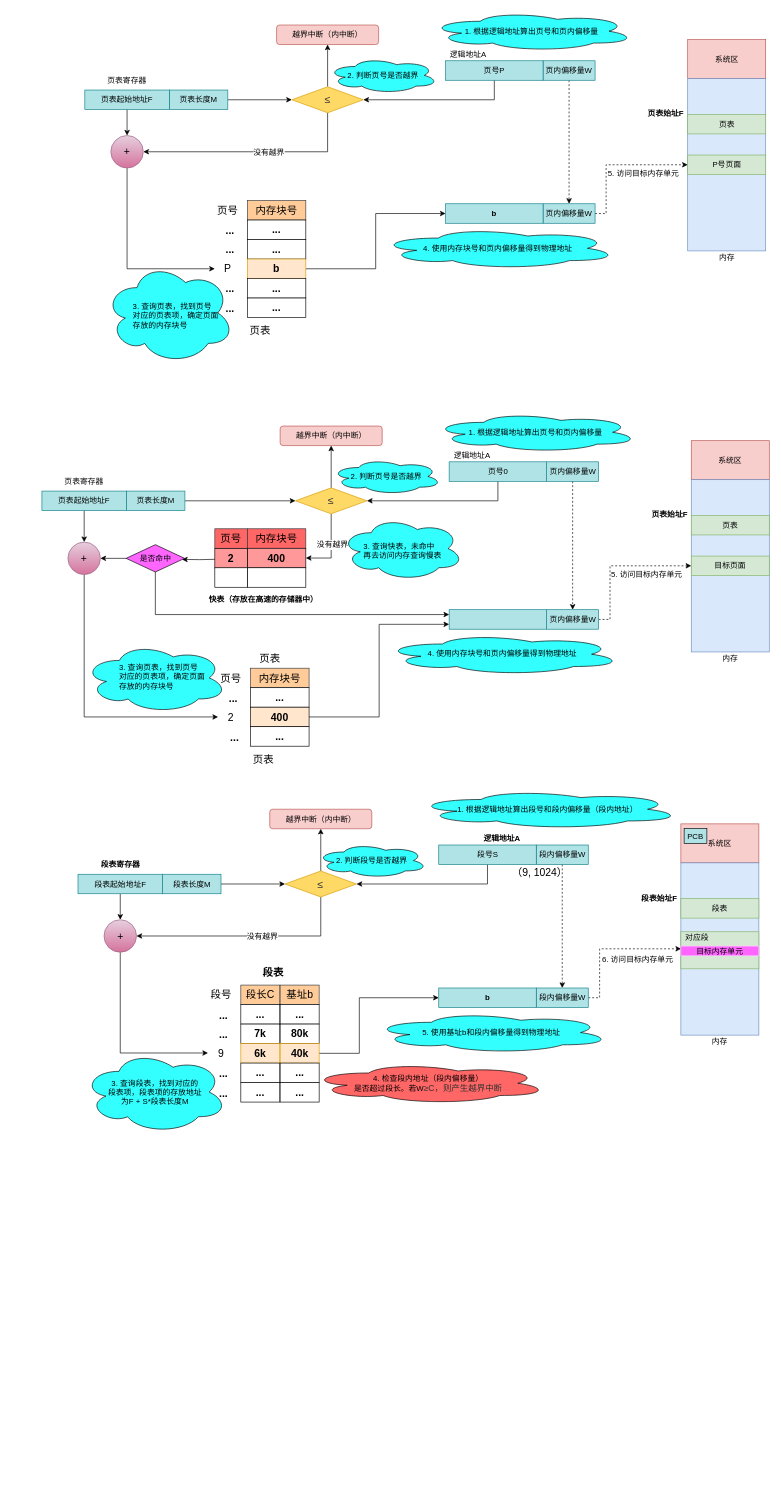
yankooo/draw.io keeps this draw.io diagram as 分页存储管理方式.drawio. Above is the earlier version. Source tidied: cells renumbered, new cells numbered last; positions are measured from the earlier drawing's top-left corner, leaving out a move shared by most shapes. Both pictures are drawn from the tidied source at 65%, with x=0, y=0 at pixel (42, 11).
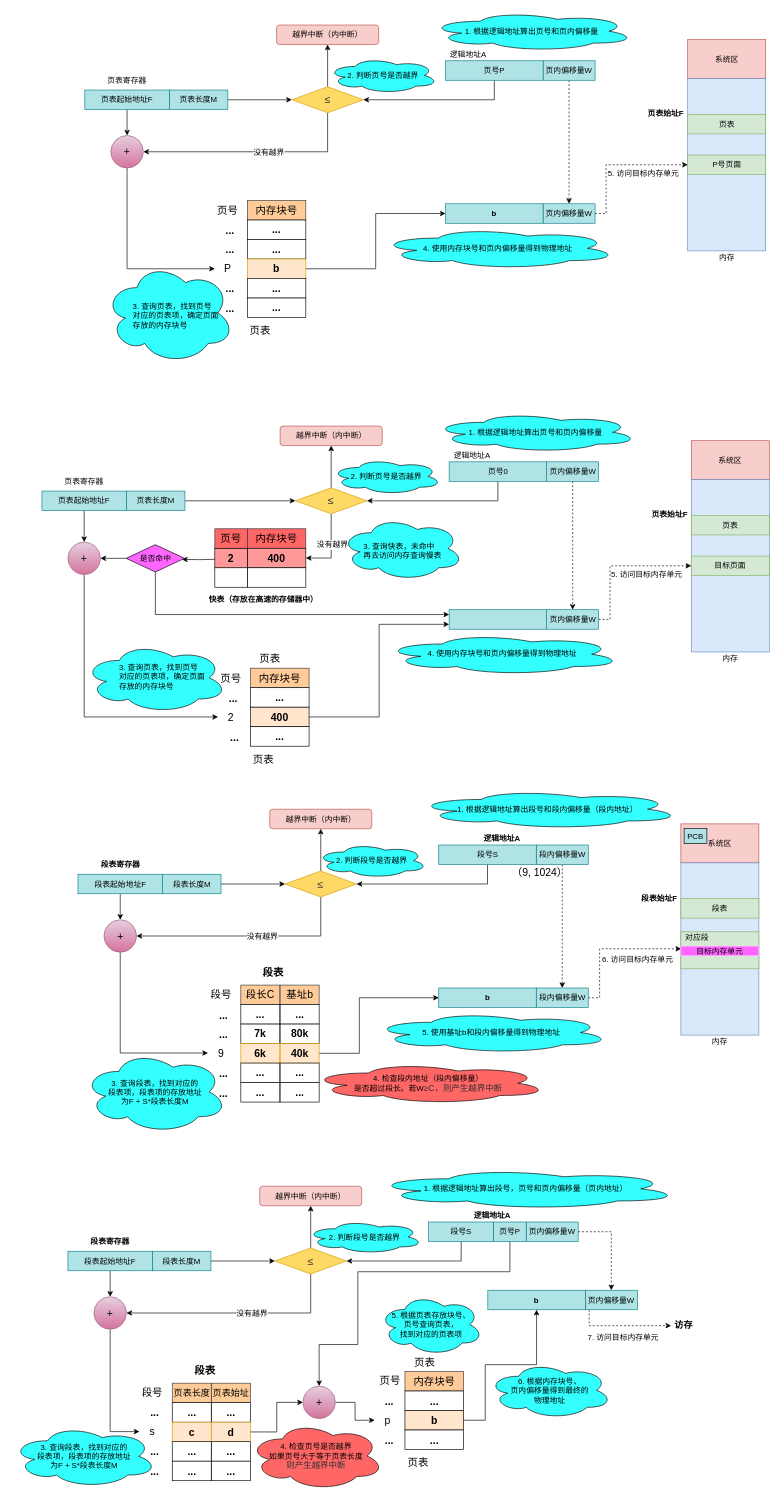
Above is the later version.

Commit message:
更新分页存储管理方式.drawio

What changed in the source:
```diff
@@
+    <mxCell id="160" style="edgeStyle=orthogonalEdgeStyle;rounded=0;jettySize=auto;html=1;entryX=0.5;entryY=0;entryDx=0;entryDy=0;fontSize=12;dashed=1;" parent="1" edge="1" source="161" target="190">
+      <mxGeometry relative="1" as="geometry" />
+    </mxCell>
+    <mxCell id="161" value="页内偏移量W" style="rounded=0;whiteSpace=wrap;html=1;fillColor=#b0e3e6;strokeColor=#0e8088;" parent="1" vertex="1">
+      <mxGeometry x="745" y="1862.5" width="80" height="30" as="geometry" />
+    </mxCell>
+    <mxCell id="162" style="edgeStyle=orthogonalEdgeStyle;rounded=0;jettySize=auto;html=1;fontSize=16;entryX=1;entryY=0.5;entryDx=0;entryDy=0;exitX=0.5;exitY=1;exitDx=0;exitDy=0;" parent="1" edge="1" source="163" target="168">
+      <mxGeometry relative="1" as="geometry" />
+    </mxCell>
+    <mxCell id="163" value="段号S" style="rounded=0;whiteSpace=wrap;html=1;fillColor=#b0e3e6;strokeColor=#0e8088;" parent="1" vertex="1">
+      <mxGeometry x="595" y="1862.5" width="100" height="30" as="geometry" />
+    </mxCell>
+    <mxCell id="164" value="逻辑地址A" style="text;html=1;strokeColor=none;fillColor=none;align=center;verticalAlign=middle;whiteSpace=wrap;rounded=0;fontStyle=1;" parent="1" vertex="1">
+      <mxGeometry x="657.5" y="1842.5" width="70" height="20" as="geometry" />
+    </mxCell>
+    <mxCell id="165" style="edgeStyle=orthogonalEdgeStyle;rounded=0;jettySize=auto;html=1;fontSize=16;entryX=0.5;entryY=1;entryDx=0;entryDy=0;" parent="1" edge="1" source="168" target="174">
+      <mxGeometry relative="1" as="geometry" />
+    </mxCell>
+    <mxCell id="166" style="edgeStyle=orthogonalEdgeStyle;rounded=0;jettySize=auto;html=1;fontSize=16;entryX=1;entryY=0.5;entryDx=0;entryDy=0;exitX=0.5;exitY=1;exitDx=0;exitDy=0;" parent="1" edge="1" source="168" target="176">
+      <mxGeometry relative="1" as="geometry" />
+    </mxCell>
+    <mxCell id="167" value="没有越界" style="text;html=1;align=center;verticalAlign=middle;labelBackgroundColor=#ffffff;fontSize=12;" parent="166" vertex="1">
+      <mxGeometry x="-0.12" y="1" relative="1" as="geometry" />
+    </mxCell>
+    <mxCell id="168" value="&lt;span style=&quot;color: rgb(51 , 51 , 51) ; font-family: &amp;#34;arial&amp;#34; ; font-size: 16px ; background-color: rgb(255 , 217 , 102)&quot;&gt;≤&lt;/span&gt;" style="rhombus;whiteSpace=wrap;html=1;fontSize=16;gradientColor=none;fillColor=#FFD966;strokeColor=#d79b00;" parent="1" vertex="1">
+      <mxGeometry x="358.5" y="1902.5" width="110" height="40" as="geometry" />
+    </mxCell>
+    <mxCell id="169" style="edgeStyle=orthogonalEdgeStyle;rounded=0;jettySize=auto;html=1;entryX=0;entryY=0.5;entryDx=0;entryDy=0;fontSize=16;" parent="1" edge="1" source="170" target="168">
+      <mxGeometry relative="1" as="geometry" />
+    </mxCell>
+    <mxCell id="170" value="段表长度M" style="rounded=0;whiteSpace=wrap;html=1;fillColor=#b0e3e6;strokeColor=#0e8088;" parent="1" vertex="1">
+      <mxGeometry x="170" y="1907.5" width="90" height="30" as="geometry" />
+    </mxCell>
+    <mxCell id="171" style="edgeStyle=orthogonalEdgeStyle;rounded=0;jettySize=auto;html=1;exitX=0.5;exitY=1;exitDx=0;exitDy=0;fontSize=16;" parent="1" edge="1" source="172" target="176">
+      <mxGeometry relative="1" as="geometry" />
+    </mxCell>
+    <mxCell id="172" value="段表起始地址F" style="rounded=0;whiteSpace=wrap;html=1;fillColor=#b0e3e6;strokeColor=#0e8088;" parent="1" vertex="1">
+      <mxGeometry x="40" y="1907.5" width="130" height="30" as="geometry" />
+    </mxCell>
+    <mxCell id="173" value="段表寄存器" style="text;html=1;strokeColor=none;fillColor=none;align=center;verticalAlign=middle;whiteSpace=wrap;rounded=0;fontStyle=1;" parent="1" vertex="1">
+      <mxGeometry x="70" y="1882.5" width="70" height="20" as="geometry" />
+    </mxCell>
+    <mxCell id="174" value="越界中断（内中断）" style="rounded=1;whiteSpace=wrap;html=1;fontSize=12;gradientColor=none;fillColor=#f8cecc;strokeColor=#b85450;" parent="1" vertex="1">
+      <mxGeometry x="335" y="1807.5" width="157" height="30" as="geometry" />
+    </mxCell>
+    <mxCell id="175" style="edgeStyle=orthogonalEdgeStyle;rounded=0;jettySize=auto;html=1;exitX=0.5;exitY=1;exitDx=0;exitDy=0;fontSize=16;entryX=0;entryY=0.5;entryDx=0;entryDy=0;" parent="1" edge="1" source="176" target="183">
+      <mxGeometry relative="1" as="geometry" />
+    </mxCell>
+    <mxCell id="176" value="+" style="ellipse;whiteSpace=wrap;html=1;fontSize=16;gradientColor=#d5739d;fillColor=#e6d0de;strokeColor=#996185;" parent="1" vertex="1">
+      <mxGeometry x="80" y="1977.5" width="50" height="50" as="geometry" />
+    </mxCell>
+    <mxCell id="177" value="页表长度" style="rounded=0;whiteSpace=wrap;html=1;fontSize=14;fillColor=#ffcc99;strokeColor=#36393d;" parent="1" vertex="1">
+      <mxGeometry x="200.5" y="2110.5" width="60" height="30" as="geometry" />
+    </mxCell>
+    <mxCell id="178" value="&lt;b&gt;...&lt;/b&gt;" style="rounded=0;whiteSpace=wrap;html=1;fontSize=16;" parent="1" vertex="1">
+      <mxGeometry x="200.5" y="2140.5" width="60" height="30" as="geometry" />
+    </mxCell>
+    <mxCell id="179" style="edgeStyle=orthogonalEdgeStyle;rounded=0;jettySize=auto;html=1;fontSize=12;entryX=0;entryY=0.5;entryDx=0;entryDy=0;" parent="1" edge="1" source="216" target="210">
+      <mxGeometry relative="1" as="geometry" />
+    </mxCell>
+    <mxCell id="180" value="&lt;span&gt;c&lt;/span&gt;" style="rounded=0;whiteSpace=wrap;html=1;fontSize=16;fillColor=#ffe6cc;strokeColor=#d79b00;fontStyle=1;" parent="1" vertex="1">
+      <mxGeometry x="200.5" y="2170.5" width="60" height="30" as="geometry" />
+    </mxCell>
+    <mxCell id="181" value="&lt;b&gt;...&lt;/b&gt;" style="rounded=0;whiteSpace=wrap;html=1;fontSize=16;" parent="1" vertex="1">
+      <mxGeometry x="200.5" y="2200.5" width="60" height="30" as="geometry" />
+    </mxCell>
+    <mxCell id="182" value="&lt;b&gt;...&lt;/b&gt;" style="rounded=0;whiteSpace=wrap;html=1;fontSize=16;" parent="1" vertex="1">
+      <mxGeometry x="200.5" y="2230.5" width="60" height="30" as="geometry" />
+    </mxCell>
+    <mxCell id="183" value="s" style="text;html=1;strokeColor=none;fillColor=none;align=center;verticalAlign=middle;whiteSpace=wrap;rounded=0;fontSize=16;" parent="1" vertex="1">
+      <mxGeometry x="150" y="2175" width="40" height="20" as="geometry" />
+    </mxCell>
+    <mxCell id="184" value="&lt;b&gt;...&lt;/b&gt;" style="text;html=1;fontSize=16;" parent="1" vertex="1">
+      <mxGeometry x="165" y="2140" width="25" height="30" as="geometry" />
+    </mxCell>
+    <mxCell id="185" value="&lt;b&gt;...&lt;/b&gt;" style="text;html=1;fontSize=16;" parent="1" vertex="1">
+      <mxGeometry x="165" y="2230" width="25" height="30" as="geometry" />
+    </mxCell>
+    <mxCell id="186" value="&lt;b&gt;...&lt;/b&gt;" style="text;html=1;fontSize=16;" parent="1" vertex="1">
+      <mxGeometry x="165" y="2200" width="25" height="30" as="geometry" />
+    </mxCell>
+    <mxCell id="187" value="段号" style="text;html=1;strokeColor=none;fillColor=none;align=center;verticalAlign=middle;whiteSpace=wrap;rounded=0;fontSize=16;fontStyle=0;" parent="1" vertex="1">
+      <mxGeometry x="150" y="2115" width="40" height="20" as="geometry" />
+    </mxCell>
+    <mxCell id="188" value="段表" style="text;html=1;strokeColor=none;fillColor=none;align=center;verticalAlign=middle;whiteSpace=wrap;rounded=0;fontSize=16;fontStyle=1;" parent="1" vertex="1">
+      <mxGeometry x="230.5" y="2081" width="40" height="20" as="geometry" />
+    </mxCell>
+    <mxCell id="189" style="edgeStyle=orthogonalEdgeStyle;rounded=0;jettySize=auto;html=1;dashed=1;fontSize=12;" parent="1" edge="1" source="190">
+      <mxGeometry relative="1" as="geometry">
+        <mxPoint x="968" y="2022" as="targetPoint" />
+        <Array as="points">
+          <mxPoint x="842" y="2022" />
+        </Array>
+      </mxGeometry>
+    </mxCell>
+    <mxCell id="190" value="页内偏移量W" style="rounded=0;whiteSpace=wrap;html=1;fillColor=#b0e3e6;strokeColor=#0e8088;" parent="1" vertex="1">
+      <mxGeometry x="836" y="1967.5" width="80" height="30" as="geometry" />
+    </mxCell>
+    <mxCell id="191" value="&lt;b&gt;b&lt;/b&gt;" style="rounded=0;whiteSpace=wrap;html=1;fillColor=#b0e3e6;strokeColor=#0e8088;" parent="1" vertex="1">
+      <mxGeometry x="686" y="1967.5" width="150" height="30" as="geometry" />
+    </mxCell>
+    <mxCell id="192" value="1. 根据逻辑地址算出段号，页号和页内偏移量（页内地址）" style="ellipse;shape=cloud;whiteSpace=wrap;html=1;fillColor=#33FFFF;gradientColor=none;fontSize=12;" parent="1" vertex="1">
+      <mxGeometry x="507.5" y="1780.5" width="473" height="62" as="geometry" />
+    </mxCell>
+    <mxCell id="193" value="2. 判断段号是否越界" style="ellipse;shape=cloud;whiteSpace=wrap;html=1;fillColor=#33FFFF;gradientColor=none;fontSize=12;" parent="1" vertex="1">
+      <mxGeometry x="407" y="1860" width="179" height="51" as="geometry" />
+    </mxCell>
+    <mxCell id="194" value="&lt;span style=&quot;text-align: left&quot;&gt;3. 查询段表，找到对应的&lt;br&gt;段&lt;/span&gt;&lt;span style=&quot;text-align: left&quot;&gt;表项，段表项的存放地址&lt;br&gt;为F + S*段表长度M&lt;/span&gt;" style="ellipse;shape=cloud;whiteSpace=wrap;html=1;fillColor=#33FFFF;gradientColor=none;fontSize=12;" parent="1" vertex="1">
+      <mxGeometry x="-47" y="2175" width="224" height="96" as="geometry" />
+    </mxCell>
+    <mxCell id="195" value="6. 根据内存块号、&lt;br&gt;页内偏移量得到最终的&lt;br&gt;物理地址" style="ellipse;shape=cloud;whiteSpace=wrap;html=1;fillColor=#33FFFF;gradientColor=none;fontSize=12;" parent="1" vertex="1">
+      <mxGeometry x="686" y="2078" width="191" height="87" as="geometry" />
+    </mxCell>
+    <mxCell id="196" value="7. 访问目标内存单元" style="text;html=1;fontSize=12;" parent="1" vertex="1">
+      <mxGeometry x="837.5" y="2026" width="112" height="24" as="geometry" />
+    </mxCell>
+    <mxCell id="197" value="页表始址" style="rounded=0;whiteSpace=wrap;html=1;fontSize=14;fillColor=#ffcc99;strokeColor=#36393d;" parent="1" vertex="1">
+      <mxGeometry x="261" y="2110.5" width="60" height="30" as="geometry" />
+    </mxCell>
+    <mxCell id="198" value="&lt;b&gt;...&lt;/b&gt;" style="rounded=0;whiteSpace=wrap;html=1;fontSize=16;" parent="1" vertex="1">
+      <mxGeometry x="261" y="2140.5" width="60" height="30" as="geometry" />
+    </mxCell>
+    <mxCell id="199" value="&lt;span&gt;d&lt;/span&gt;" style="rounded=0;whiteSpace=wrap;html=1;fontSize=16;fillColor=#ffe6cc;strokeColor=#d79b00;fontStyle=1;" parent="1" vertex="1">
+      <mxGeometry x="261" y="2170.5" width="60" height="30" as="geometry" />
+    </mxCell>
+    <mxCell id="200" value="&lt;b&gt;...&lt;/b&gt;" style="rounded=0;whiteSpace=wrap;html=1;fontSize=16;" parent="1" vertex="1">
+      <mxGeometry x="261" y="2200.5" width="60" height="30" as="geometry" />
+    </mxCell>
+    <mxCell id="201" value="&lt;b&gt;...&lt;/b&gt;" style="rounded=0;whiteSpace=wrap;html=1;fontSize=16;" parent="1" vertex="1">
+      <mxGeometry x="261" y="2230.5" width="60" height="30" as="geometry" />
+    </mxCell>
+    <mxCell id="202" value="&lt;span style=&quot;background-color: rgb(255 , 102 , 102)&quot;&gt;4. 检查页号是否越界&lt;br&gt;如果页号大于等于页表长度&lt;br&gt;&lt;span style=&quot;color: rgb(51 , 51 , 51) ; font-family: &amp;#34;arial&amp;#34; ; font-size: 13px&quot;&gt;则产生越界中断&lt;/span&gt;&lt;/span&gt;" style="ellipse;shape=cloud;whiteSpace=wrap;html=1;fillColor=#FF6666;gradientColor=none;fontSize=12;" parent="1" vertex="1">
+      <mxGeometry x="318" y="2170" width="208" height="105" as="geometry" />
+    </mxCell>
+    <mxCell id="203" style="edgeStyle=orthogonalEdgeStyle;rounded=0;jettySize=auto;html=1;entryX=0.5;entryY=0;entryDx=0;entryDy=0;" parent="1" edge="1" source="204" target="216">
+      <mxGeometry relative="1" as="geometry">
+        <Array as="points">
+          <mxPoint x="720" y="1939" />
+          <mxPoint x="486" y="1939" />
+          <mxPoint x="486" y="2051" />
+          <mxPoint x="426" y="2051" />
+        </Array>
+      </mxGeometry>
+    </mxCell>
+    <mxCell id="204" value="页号P" style="rounded=0;whiteSpace=wrap;html=1;fillColor=#b0e3e6;strokeColor=#0e8088;" parent="1" vertex="1">
+      <mxGeometry x="695" y="1862.5" width="50" height="30" as="geometry" />
+    </mxCell>
+    <mxCell id="205" value="内存块号" style="rounded=0;whiteSpace=wrap;html=1;fontSize=16;fillColor=#ffcc99;strokeColor=#36393d;" parent="1" vertex="1">
+      <mxGeometry x="558.5" y="2092.5" width="90" height="30" as="geometry" />
+    </mxCell>
+    <mxCell id="206" value="&lt;b&gt;...&lt;/b&gt;" style="rounded=0;whiteSpace=wrap;html=1;fontSize=16;" parent="1" vertex="1">
+      <mxGeometry x="558.5" y="2122.5" width="90" height="30" as="geometry" />
+    </mxCell>
+    <mxCell id="207" style="edgeStyle=orthogonalEdgeStyle;rounded=0;jettySize=auto;html=1;entryX=0.5;entryY=1;entryDx=0;entryDy=0;fontSize=14;" parent="1" edge="1" source="208" target="191">
+      <mxGeometry relative="1" as="geometry">
+        <Array as="points">
+          <mxPoint x="682" y="2167" />
+          <mxPoint x="682" y="2082" />
+          <mxPoint x="761" y="2082" />
+        </Array>
+      </mxGeometry>
+    </mxCell>
+    <mxCell id="208" value="&lt;b&gt;b&lt;/b&gt;" style="rounded=0;whiteSpace=wrap;html=1;fontSize=16;fillColor=#ffe6cc;strokeColor=#000000;" parent="1" vertex="1">
+      <mxGeometry x="558.5" y="2152.5" width="90" height="30" as="geometry" />
+    </mxCell>
+    <mxCell id="209" value="&lt;b&gt;...&lt;/b&gt;" style="rounded=0;whiteSpace=wrap;html=1;fontSize=16;" parent="1" vertex="1">
+      <mxGeometry x="558.5" y="2182.5" width="90" height="30" as="geometry" />
+    </mxCell>
+    <mxCell id="210" value="p" style="text;html=1;strokeColor=none;fillColor=none;align=center;verticalAlign=middle;whiteSpace=wrap;rounded=0;fontSize=16;" parent="1" vertex="1">
+      <mxGeometry x="512" y="2157.5" width="40" height="20" as="geometry" />
+    </mxCell>
+    <mxCell id="211" value="&lt;b&gt;...&lt;/b&gt;" style="text;html=1;fontSize=16;" parent="1" vertex="1">
+      <mxGeometry x="526" y="2122.5" width="25" height="30" as="geometry" />
+    </mxCell>
+    <mxCell id="212" value="&lt;b&gt;...&lt;/b&gt;" style="text;html=1;fontSize=16;" parent="1" vertex="1">
+      <mxGeometry x="525.5" y="2182.5" width="25" height="30" as="geometry" />
+    </mxCell>
+    <mxCell id="213" value="页号" style="text;html=1;strokeColor=none;fillColor=none;align=center;verticalAlign=middle;whiteSpace=wrap;rounded=0;fontSize=16;" parent="1" vertex="1">
+      <mxGeometry x="516" y="2096" width="40" height="20" as="geometry" />
+    </mxCell>
+    <mxCell id="214" value="页表" style="text;html=1;strokeColor=none;fillColor=none;align=center;verticalAlign=middle;whiteSpace=wrap;rounded=0;fontSize=16;" parent="1" vertex="1">
+      <mxGeometry x="558.5" y="2222.5" width="40" height="20" as="geometry" />
+    </mxCell>
+    <mxCell id="215" value="页表" style="text;html=1;strokeColor=none;fillColor=none;align=center;verticalAlign=middle;whiteSpace=wrap;rounded=0;fontSize=16;" parent="1" vertex="1">
+      <mxGeometry x="568.5" y="2067.5" width="40" height="20" as="geometry" />
+    </mxCell>
+    <mxCell id="216" value="+" style="ellipse;whiteSpace=wrap;html=1;fontSize=16;gradientColor=#d5739d;fillColor=#e6d0de;strokeColor=#996185;" parent="1" vertex="1">
+      <mxGeometry x="401.5" y="2115" width="50" height="50" as="geometry" />
+    </mxCell>
+    <mxCell id="217" style="edgeStyle=orthogonalEdgeStyle;rounded=0;jettySize=auto;html=1;fontSize=12;entryX=0;entryY=0.5;entryDx=0;entryDy=0;exitX=1;exitY=0.5;exitDx=0;exitDy=0;" parent="1" edge="1" source="199" target="216">
+      <mxGeometry relative="1" as="geometry" />
+    </mxCell>
+    <mxCell id="218" value="5. 根据页表存放块号、&lt;br&gt;页号查询页表，&lt;br&gt;找到对应的页表项" style="ellipse;shape=cloud;whiteSpace=wrap;html=1;fillColor=#33FFFF;gradientColor=none;fontSize=12;" parent="1" vertex="1">
+      <mxGeometry x="518.5" y="1973.5" width="160" height="94" as="geometry" />
+    </mxCell>
+    <mxCell id="219" value="访存" style="text;html=1;align=center;verticalAlign=middle;fontSize=14;fontStyle=1;" parent="1" vertex="1">
+      <mxGeometry x="967.5" y="2010" width="38" height="21" as="geometry" />
+    </mxCell>
```
